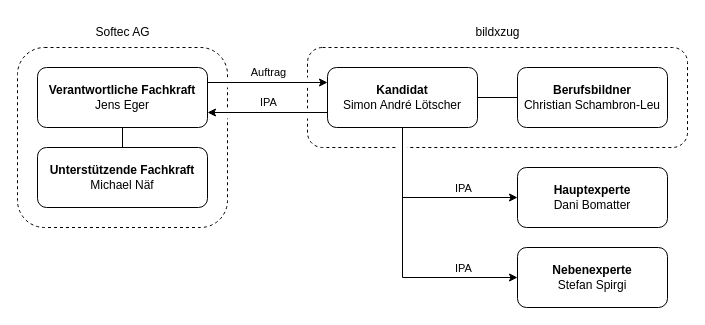
The draw.io diagram Documentation/Organigramm/Organigramm.drawio in SIL-Softec/Jira-Synchronizer, before the edit. Source tidied: cells renumbered, new cells numbered last; positions are measured from the earlier drawing's top-left corner, leaving out a move shared by most shapes. Both pictures are drawn from the tidied source at 100%, with x=0, y=0 at pixel (17, 17).
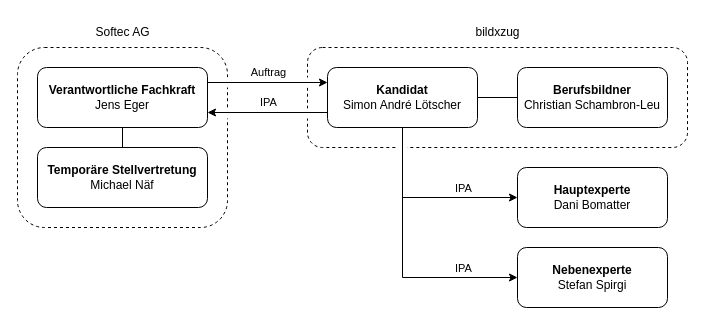
The same diagram, later.

Change to the diagram source:
```diff
@@
-    <mxCell id="9" value="&lt;b&gt;Unterstützende Fachkraft&lt;/b&gt;&lt;div&gt;Michael Näf&lt;/div&gt;" style="rounded=1;whiteSpace=wrap;html=1;" parent="1" vertex="1">
+    <mxCell id="9" value="&lt;b&gt;Temporäre Stellvertretung&lt;/b&gt;&lt;br&gt;&lt;div&gt;Michael Näf&lt;/div&gt;" style="rounded=1;whiteSpace=wrap;html=1;" parent="1" vertex="1">
       <mxGeometry x="20" y="130" width="170" height="60" as="geometry" />
     </mxCell>
```
